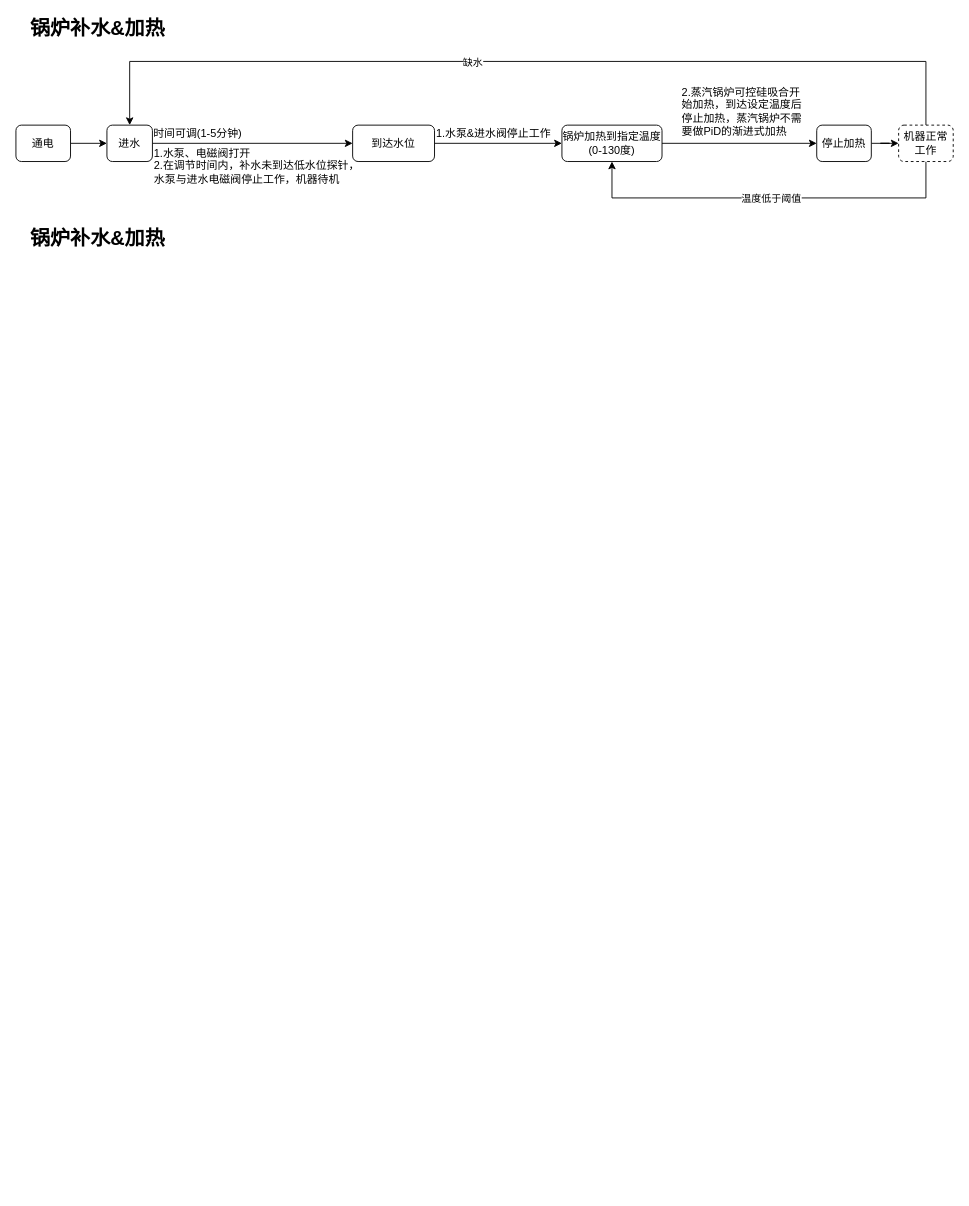
The draw.io diagram Amateur/CoffeeWs/咖啡机工作流程.drawio in mailonghua/drawio, before the edit. Source tidied: cells renumbered, new cells numbered last; positions are measured from the earlier drawing's top-left corner, leaving out a move shared by most shapes. Both pictures are drawn from the tidied source at 91%, with x=0, y=0 at pixel (15, 15).
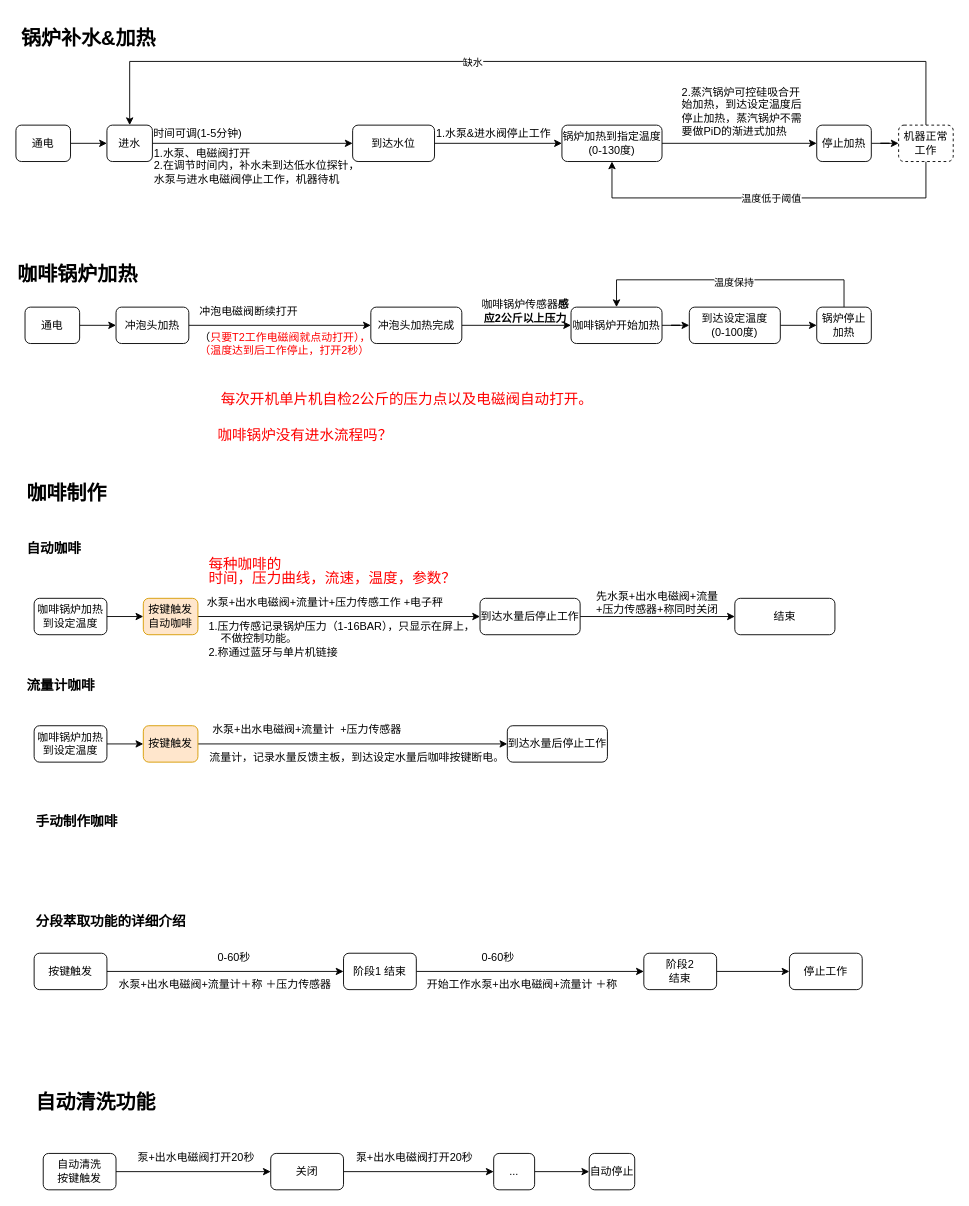
After the change.

Commit message (it also covers changes not shown here):
更新咖啡机工作流程.drawio

Diff of the diagram source:
```diff
@@
     <mxCell id="21" value="锅炉补水&amp;amp;加热" style="text;html=1;whiteSpace=wrap;strokeColor=none;fillColor=none;align=center;verticalAlign=middle;rounded=0;fontSize=22;fontStyle=1;" parent="1" vertex="1">
-      <mxGeometry x="10" width="160" height="30" as="geometry" />
+      <mxGeometry y="10" width="160" height="30" as="geometry" />
     </mxCell>
-    <mxCell id="22" value="锅炉补水&amp;amp;加热" style="text;html=1;whiteSpace=wrap;strokeColor=none;fillColor=none;align=center;verticalAlign=middle;rounded=0;fontSize=22;fontStyle=1;" parent="1" vertex="1">
-      <mxGeometry x="10" y="230" width="160" height="30" as="geometry" />
+    <mxCell id="22" value="咖啡锅炉加热" style="text;html=1;whiteSpace=wrap;strokeColor=none;fillColor=none;align=left;verticalAlign=middle;rounded=0;fontSize=22;fontStyle=1;" parent="1" vertex="1">
+      <mxGeometry y="270" width="160" height="30" as="geometry" />
     </mxCell>
+    <mxCell id="23" style="edgeStyle=orthogonalEdgeStyle;rounded=0;jettySize=auto;html=1;" parent="1" edge="1" source="24" target="26">
+      <mxGeometry relative="1" as="geometry" />
+    </mxCell>
+    <mxCell id="24" value="通电" style="rounded=1;whiteSpace=wrap;html=1;" parent="1" vertex="1">
+      <mxGeometry x="10" y="320" width="60" height="40" as="geometry" />
+    </mxCell>
+    <mxCell id="25" style="edgeStyle=orthogonalEdgeStyle;rounded=0;jettySize=auto;html=1;" parent="1" edge="1" source="26" target="28">
+      <mxGeometry relative="1" as="geometry" />
+    </mxCell>
+    <mxCell id="26" value="冲泡头加热" style="rounded=1;whiteSpace=wrap;html=1;" parent="1" vertex="1">
+      <mxGeometry x="110" y="320" width="80" height="40" as="geometry" />
+    </mxCell>
+    <mxCell id="27" style="edgeStyle=orthogonalEdgeStyle;rounded=0;jettySize=auto;html=1;" parent="1" edge="1" source="28" target="31">
+      <mxGeometry relative="1" as="geometry" />
+    </mxCell>
+    <mxCell id="28" value="冲泡头加热完成" style="rounded=1;whiteSpace=wrap;html=1;" parent="1" vertex="1">
+      <mxGeometry x="390" y="320" width="100" height="40" as="geometry" />
+    </mxCell>
+    <mxCell id="29" value="冲泡电磁阀断续打开&lt;br&gt;&lt;br&gt;（&lt;font style=&quot;color: rgb(255, 0, 0);&quot;&gt;只要T2工作电磁阀就点动打开），&lt;br&gt;（温度达到后工作停止，打开2秒）&lt;/font&gt;" style="text;html=1;whiteSpace=wrap;strokeColor=none;fillColor=none;align=left;verticalAlign=middle;rounded=0;" parent="1" vertex="1">
+      <mxGeometry x="200" y="321" width="200" height="50" as="geometry" />
+    </mxCell>
+    <mxCell id="30" style="edgeStyle=orthogonalEdgeStyle;rounded=0;jettySize=auto;html=1;" parent="1" edge="1" source="31" target="34">
+      <mxGeometry relative="1" as="geometry" />
+    </mxCell>
+    <mxCell id="31" value="咖啡锅炉开始加热" style="rounded=1;whiteSpace=wrap;html=1;" parent="1" vertex="1">
+      <mxGeometry x="610" y="320" width="100" height="40" as="geometry" />
+    </mxCell>
+    <mxCell id="32" value="&lt;font&gt;&lt;font style=&quot;color: rgb(0, 0, 0);&quot;&gt;咖啡锅炉传感器&lt;/font&gt;&lt;b style=&quot;&quot;&gt;&lt;font style=&quot;color: rgb(0, 0, 0);&quot;&gt;感应2公斤以上压力&lt;/font&gt;&lt;/b&gt;&lt;/font&gt;" style="text;html=1;whiteSpace=wrap;strokeColor=none;fillColor=none;align=center;verticalAlign=middle;rounded=0;" parent="1" vertex="1">
+      <mxGeometry x="510" y="310" width="100" height="30" as="geometry" />
+    </mxCell>
+    <mxCell id="33" style="edgeStyle=orthogonalEdgeStyle;rounded=0;jettySize=auto;html=1;" parent="1" edge="1" source="34" target="37">
+      <mxGeometry relative="1" as="geometry" />
+    </mxCell>
+    <mxCell id="34" value="到达设定温度&lt;br&gt;(0-100度)" style="rounded=1;whiteSpace=wrap;html=1;" parent="1" vertex="1">
+      <mxGeometry x="740" y="320" width="100" height="40" as="geometry" />
+    </mxCell>
+    <mxCell id="35" style="edgeStyle=orthogonalEdgeStyle;rounded=0;jettySize=auto;html=1;exitX=0.5;exitY=0;exitDx=0;exitDy=0;entryX=0.5;entryY=0;entryDx=0;entryDy=0;" parent="1" edge="1" source="37" target="31">
+      <mxGeometry relative="1" as="geometry">
+        <Array as="points">
+          <mxPoint x="910" y="290" />
+          <mxPoint x="660" y="290" />
+        </Array>
+      </mxGeometry>
+    </mxCell>
+    <mxCell id="36" value="温度保持" style="edgeLabel;html=1;align=center;verticalAlign=middle;" parent="35" vertex="1">
+      <mxGeometry x="-0.02" y="2" relative="1" as="geometry" />
+    </mxCell>
+    <mxCell id="37" value="锅炉停止加热" style="rounded=1;whiteSpace=wrap;html=1;" parent="1" vertex="1">
+      <mxGeometry x="880" y="320" width="60" height="40" as="geometry" />
+    </mxCell>
+    <mxCell id="38" value="&lt;p class=&quot;western&quot; align=&quot;left&quot; style=&quot;line-height: 13.3333px; text-align: justify; margin-bottom: 0in; direction: ltr; background: transparent; font-size: 10pt;&quot;&gt;&lt;font face=&quot;宋体&quot;&gt;&lt;span lang=&quot;zh-CN&quot;&gt;&lt;font style=&quot;font-size: 12pt;&quot;&gt;每次开机单片机自检&lt;/font&gt;&lt;/span&gt;&lt;/font&gt;&lt;font style=&quot;font-size: 12pt;&quot;&gt;2&lt;/font&gt;&lt;font face=&quot;宋体&quot;&gt;&lt;span lang=&quot;zh-CN&quot;&gt;&lt;font style=&quot;font-size: 12pt;&quot;&gt;公斤的压力点以及电磁阀自动打开。&lt;/font&gt;&lt;/span&gt;&lt;/font&gt;&lt;/p&gt;" style="text;html=1;whiteSpace=wrap;strokeColor=none;fillColor=none;align=center;verticalAlign=middle;rounded=0;fontColor=#FF0000;" parent="1" vertex="1">
+      <mxGeometry x="210" y="400" width="440" height="30" as="geometry" />
+    </mxCell>
+    <mxCell id="39" value="&lt;p class=&quot;western&quot; style=&quot;line-height: 13.3333px; margin-bottom: 0in; direction: ltr; background: transparent;&quot;&gt;&lt;font face=&quot;宋体&quot;&gt;&lt;span style=&quot;font-size: 16px;&quot;&gt;咖啡锅炉没有进水流程吗？&lt;/span&gt;&lt;/font&gt;&lt;/p&gt;" style="text;html=1;whiteSpace=wrap;strokeColor=none;fillColor=none;align=left;verticalAlign=middle;rounded=0;fontColor=#FF0000;" parent="1" vertex="1">
+      <mxGeometry x="220" y="440" width="210" height="30" as="geometry" />
+    </mxCell>
+    <mxCell id="40" value="咖啡制作" style="text;html=1;whiteSpace=wrap;strokeColor=none;fillColor=none;align=left;verticalAlign=middle;rounded=0;fontSize=22;fontStyle=1;" parent="1" vertex="1">
+      <mxGeometry x="10" y="510" width="160" height="30" as="geometry" />
+    </mxCell>
+    <mxCell id="41" style="edgeStyle=orthogonalEdgeStyle;rounded=0;jettySize=auto;html=1;entryX=0;entryY=0.5;entryDx=0;entryDy=0;" parent="1" edge="1" source="42" target="44">
+      <mxGeometry relative="1" as="geometry" />
+    </mxCell>
+    <mxCell id="42" value="咖啡锅炉加热到设定温度" style="rounded=1;whiteSpace=wrap;html=1;" parent="1" vertex="1">
+      <mxGeometry x="20" y="640" width="80" height="40" as="geometry" />
+    </mxCell>
+    <mxCell id="43" style="edgeStyle=orthogonalEdgeStyle;rounded=0;jettySize=auto;html=1;" parent="1" edge="1" source="44" target="46">
+      <mxGeometry relative="1" as="geometry" />
+    </mxCell>
+    <mxCell id="44" value="按键触发自动咖啡" style="rounded=1;whiteSpace=wrap;html=1;fillColor=#ffe6cc;strokeColor=#d79b00;" parent="1" vertex="1">
+      <mxGeometry x="140" y="640" width="60" height="40" as="geometry" />
+    </mxCell>
+    <mxCell id="45" style="edgeStyle=orthogonalEdgeStyle;rounded=0;jettySize=auto;html=1;" parent="1" edge="1" source="46" target="49">
+      <mxGeometry relative="1" as="geometry" />
+    </mxCell>
+    <mxCell id="46" value="到达水量后停止工作" style="rounded=1;whiteSpace=wrap;html=1;" parent="1" vertex="1">
+      <mxGeometry x="510" y="640" width="110" height="40" as="geometry" />
+    </mxCell>
+    <mxCell id="47" value="水泵+出水电磁阀+流量计+压力传感工作 +电子秤" style="text;html=1;whiteSpace=wrap;strokeColor=none;fillColor=none;align=center;verticalAlign=middle;rounded=0;" parent="1" vertex="1">
+      <mxGeometry x="200" y="630" width="280" height="30" as="geometry" />
+    </mxCell>
+    <mxCell id="48" value="&lt;div&gt;1.压力传感记录锅炉压力（1-16BAR），只显示在屏上，&lt;br&gt;&amp;nbsp; &amp;nbsp; 不做控制功能。&lt;/div&gt;&lt;div&gt;2.称通过蓝牙与单片机链接&lt;/div&gt;" style="text;html=1;whiteSpace=wrap;strokeColor=none;fillColor=none;align=left;verticalAlign=middle;rounded=0;" parent="1" vertex="1">
+      <mxGeometry x="210" y="670" width="300" height="30" as="geometry" />
+    </mxCell>
+    <mxCell id="49" value="结束" style="rounded=1;whiteSpace=wrap;html=1;" parent="1" vertex="1">
+      <mxGeometry x="790" y="640" width="110" height="40" as="geometry" />
+    </mxCell>
+    <mxCell id="50" value="先水泵+出水电磁阀+流量+压力传感器+称同时关闭" style="text;html=1;whiteSpace=wrap;strokeColor=none;fillColor=none;align=center;verticalAlign=middle;rounded=0;" parent="1" vertex="1">
+      <mxGeometry x="630" y="630" width="150" height="30" as="geometry" />
+    </mxCell>
+    <mxCell id="51" value="&lt;p class=&quot;western&quot; style=&quot;line-height: 13.3333px; margin-bottom: 0in; direction: ltr; background: transparent;&quot;&gt;&lt;font face=&quot;宋体&quot;&gt;&lt;span style=&quot;font-size: 16px;&quot;&gt;每种咖啡的&lt;br&gt;时间，压力曲线，流速，温度，参数？&lt;/span&gt;&lt;/font&gt;&lt;/p&gt;" style="text;html=1;whiteSpace=wrap;strokeColor=none;fillColor=none;align=left;verticalAlign=middle;rounded=0;fontColor=#FF0000;" parent="1" vertex="1">
+      <mxGeometry x="210" y="590" width="300" height="30" as="geometry" />
+    </mxCell>
+    <mxCell id="52" value="自动咖啡" style="text;html=1;whiteSpace=wrap;strokeColor=none;fillColor=none;align=left;verticalAlign=middle;rounded=0;fontSize=15;fontStyle=1;" parent="1" vertex="1">
+      <mxGeometry x="10" y="570" width="160" height="30" as="geometry" />
+    </mxCell>
+    <mxCell id="53" value="流量计咖啡" style="text;html=1;whiteSpace=wrap;strokeColor=none;fillColor=none;align=left;verticalAlign=middle;rounded=0;fontSize=15;fontStyle=1;" parent="1" vertex="1">
+      <mxGeometry x="10" y="720" width="160" height="30" as="geometry" />
+    </mxCell>
+    <mxCell id="54" style="edgeStyle=orthogonalEdgeStyle;rounded=0;jettySize=auto;html=1;exitX=1;exitY=0.5;exitDx=0;exitDy=0;entryX=0;entryY=0.5;entryDx=0;entryDy=0;" parent="1" edge="1" source="55" target="57">
+      <mxGeometry relative="1" as="geometry" />
+    </mxCell>
+    <mxCell id="55" value="咖啡锅炉加热到设定温度" style="rounded=1;whiteSpace=wrap;html=1;" parent="1" vertex="1">
+      <mxGeometry x="20" y="780" width="80" height="40" as="geometry" />
+    </mxCell>
+    <mxCell id="56" style="edgeStyle=orthogonalEdgeStyle;rounded=0;jettySize=auto;html=1;exitX=1;exitY=0.5;exitDx=0;exitDy=0;entryX=0;entryY=0.5;entryDx=0;entryDy=0;" parent="1" edge="1" source="57" target="58">
+      <mxGeometry relative="1" as="geometry" />
+    </mxCell>
+    <mxCell id="57" value="按键触发" style="rounded=1;whiteSpace=wrap;html=1;fillColor=#ffe6cc;strokeColor=#d79b00;" parent="1" vertex="1">
+      <mxGeometry x="140" y="780" width="60" height="40" as="geometry" />
+    </mxCell>
+    <mxCell id="58" value="到达水量后停止工作" style="rounded=1;whiteSpace=wrap;html=1;" parent="1" vertex="1">
+      <mxGeometry x="540" y="780" width="110" height="40" as="geometry" />
+    </mxCell>
+    <mxCell id="59" value="水泵+出水电磁阀+流量计&amp;nbsp; +压力传感器" style="text;html=1;whiteSpace=wrap;strokeColor=none;fillColor=none;align=center;verticalAlign=middle;rounded=0;" parent="1" vertex="1">
+      <mxGeometry x="210" y="770" width="220" height="30" as="geometry" />
+    </mxCell>
+    <mxCell id="60" value="流量计，记录水量反馈主板，到达设定水量后咖啡按键断电。" style="text;html=1;whiteSpace=wrap;strokeColor=none;fillColor=none;align=center;verticalAlign=middle;rounded=0;" parent="1" vertex="1">
+      <mxGeometry x="210" y="800" width="330" height="30" as="geometry" />
+    </mxCell>
+    <mxCell id="61" value="手动制作咖啡" style="text;html=1;whiteSpace=wrap;strokeColor=none;fillColor=none;align=left;verticalAlign=middle;rounded=0;fontSize=15;fontStyle=1;" parent="1" vertex="1">
+      <mxGeometry x="20" y="870" width="160" height="30" as="geometry" />
+    </mxCell>
+    <mxCell id="62" value="分段萃取功能的详细介绍" style="text;html=1;whiteSpace=wrap;strokeColor=none;fillColor=none;align=left;verticalAlign=middle;rounded=0;fontSize=15;fontStyle=1;" parent="1" vertex="1">
+      <mxGeometry x="20" y="980" width="170" height="30" as="geometry" />
+    </mxCell>
+    <mxCell id="63" style="edgeStyle=orthogonalEdgeStyle;rounded=0;jettySize=auto;html=1;" parent="1" edge="1" source="64" target="66">
+      <mxGeometry relative="1" as="geometry" />
+    </mxCell>
+    <mxCell id="64" value="按键触发" style="rounded=1;whiteSpace=wrap;html=1;" parent="1" vertex="1">
+      <mxGeometry x="20" y="1030" width="80" height="40" as="geometry" />
+    </mxCell>
+    <mxCell id="65" style="edgeStyle=orthogonalEdgeStyle;rounded=0;jettySize=auto;html=1;" parent="1" edge="1" source="66" target="70">
+      <mxGeometry relative="1" as="geometry" />
+    </mxCell>
+    <mxCell id="66" value="阶段1 结束" style="rounded=1;whiteSpace=wrap;html=1;" parent="1" vertex="1">
+      <mxGeometry x="360" y="1030" width="80" height="40" as="geometry" />
+    </mxCell>
+    <mxCell id="67" value="&lt;p class=&quot;western&quot; align=&quot;left&quot; style=&quot;line-height: 13.3333px; text-align: justify; margin-bottom: 0in; direction: ltr; background: transparent;&quot;&gt;&lt;font style=&quot;font-size: 12px;&quot;&gt;&lt;font face=&quot;宋体&quot;&gt;&lt;span lang=&quot;zh-CN&quot;&gt;&lt;font&gt;水泵&lt;/font&gt;&lt;/span&gt;&lt;/font&gt;&lt;font&gt;+&lt;/font&gt;&lt;font face=&quot;宋体&quot;&gt;&lt;span lang=&quot;zh-CN&quot;&gt;&lt;font&gt;出水电磁阀&lt;/font&gt;&lt;/span&gt;&lt;/font&gt;&lt;font&gt;+&lt;/font&gt;&lt;font face=&quot;宋体&quot;&gt;&lt;span lang=&quot;zh-CN&quot;&gt;&lt;font&gt;流量计＋称 ＋压力传感器&lt;/font&gt;&lt;/span&gt;&lt;/font&gt;&lt;/font&gt;&lt;/p&gt;" style="text;html=1;whiteSpace=wrap;strokeColor=none;fillColor=none;align=center;verticalAlign=middle;rounded=0;fontSize=11;" parent="1" vertex="1">
+      <mxGeometry x="110" y="1050" width="240" height="20" as="geometry" />
+    </mxCell>
+    <mxCell id="68" value="0-60秒" style="text;html=1;whiteSpace=wrap;strokeColor=none;fillColor=none;align=center;verticalAlign=middle;rounded=0;" parent="1" vertex="1">
+      <mxGeometry x="210" y="1020" width="60" height="30" as="geometry" />
+    </mxCell>
+    <mxCell id="69" style="edgeStyle=orthogonalEdgeStyle;rounded=0;jettySize=auto;html=1;" parent="1" edge="1" source="70" target="73">
+      <mxGeometry relative="1" as="geometry" />
+    </mxCell>
+    <mxCell id="70" value="阶段2&lt;br&gt;结束" style="rounded=1;whiteSpace=wrap;html=1;" parent="1" vertex="1">
+      <mxGeometry x="690" y="1030" width="80" height="40" as="geometry" />
+    </mxCell>
+    <mxCell id="71" value="开始工作水泵+出水电磁阀+流量计 ＋称&amp;nbsp;&amp;nbsp;" style="text;html=1;whiteSpace=wrap;strokeColor=none;fillColor=none;align=center;verticalAlign=middle;rounded=0;" parent="1" vertex="1">
+      <mxGeometry x="450" y="1050" width="220" height="30" as="geometry" />
+    </mxCell>
+    <mxCell id="72" value="0-60秒" style="text;html=1;whiteSpace=wrap;strokeColor=none;fillColor=none;align=center;verticalAlign=middle;rounded=0;" parent="1" vertex="1">
+      <mxGeometry x="500" y="1020" width="60" height="30" as="geometry" />
+    </mxCell>
+    <mxCell id="73" value="停止工作" style="rounded=1;whiteSpace=wrap;html=1;" parent="1" vertex="1">
+      <mxGeometry x="850" y="1030" width="80" height="40" as="geometry" />
+    </mxCell>
+    <mxCell id="74" value="自动清洗功能" style="text;html=1;whiteSpace=wrap;strokeColor=none;fillColor=none;align=left;verticalAlign=middle;rounded=0;fontSize=22;fontStyle=1;" parent="1" vertex="1">
+      <mxGeometry x="20" y="1180" width="160" height="30" as="geometry" />
+    </mxCell>
+    <mxCell id="75" style="edgeStyle=orthogonalEdgeStyle;rounded=0;jettySize=auto;html=1;" parent="1" edge="1" source="76" target="78">
+      <mxGeometry relative="1" as="geometry" />
+    </mxCell>
+    <mxCell id="76" value="自动清洗&lt;br&gt;按键触发" style="rounded=1;whiteSpace=wrap;html=1;" parent="1" vertex="1">
+      <mxGeometry x="30" y="1250" width="80" height="40" as="geometry" />
+    </mxCell>
+    <mxCell id="77" style="edgeStyle=orthogonalEdgeStyle;rounded=0;jettySize=auto;html=1;" parent="1" edge="1" source="78" target="81">
+      <mxGeometry relative="1" as="geometry" />
+    </mxCell>
+    <mxCell id="78" value="关闭" style="rounded=1;whiteSpace=wrap;html=1;" parent="1" vertex="1">
+      <mxGeometry x="280" y="1250" width="80" height="40" as="geometry" />
+    </mxCell>
+    <mxCell id="79" value="泵+出水电磁阀打开20秒&amp;nbsp;" style="text;html=1;whiteSpace=wrap;strokeColor=none;fillColor=none;align=center;verticalAlign=middle;rounded=0;" parent="1" vertex="1">
+      <mxGeometry x="130" y="1240" width="140" height="30" as="geometry" />
+    </mxCell>
+    <mxCell id="80" style="edgeStyle=orthogonalEdgeStyle;rounded=0;jettySize=auto;html=1;entryX=0;entryY=0.5;entryDx=0;entryDy=0;" parent="1" edge="1" source="81" target="83">
+      <mxGeometry relative="1" as="geometry" />
+    </mxCell>
+    <mxCell id="81" value="..." style="rounded=1;whiteSpace=wrap;html=1;" parent="1" vertex="1">
+      <mxGeometry x="525" y="1250" width="45" height="40" as="geometry" />
+    </mxCell>
+    <mxCell id="82" value="泵+出水电磁阀打开20秒&amp;nbsp;" style="text;html=1;whiteSpace=wrap;strokeColor=none;fillColor=none;align=center;verticalAlign=middle;rounded=0;" parent="1" vertex="1">
+      <mxGeometry x="370" y="1240" width="140" height="30" as="geometry" />
+    </mxCell>
+    <mxCell id="83" value="自动停止" style="rounded=1;whiteSpace=wrap;html=1;" parent="1" vertex="1">
+      <mxGeometry x="630" y="1250" width="50" height="40" as="geometry" />
+    </mxCell>
```
